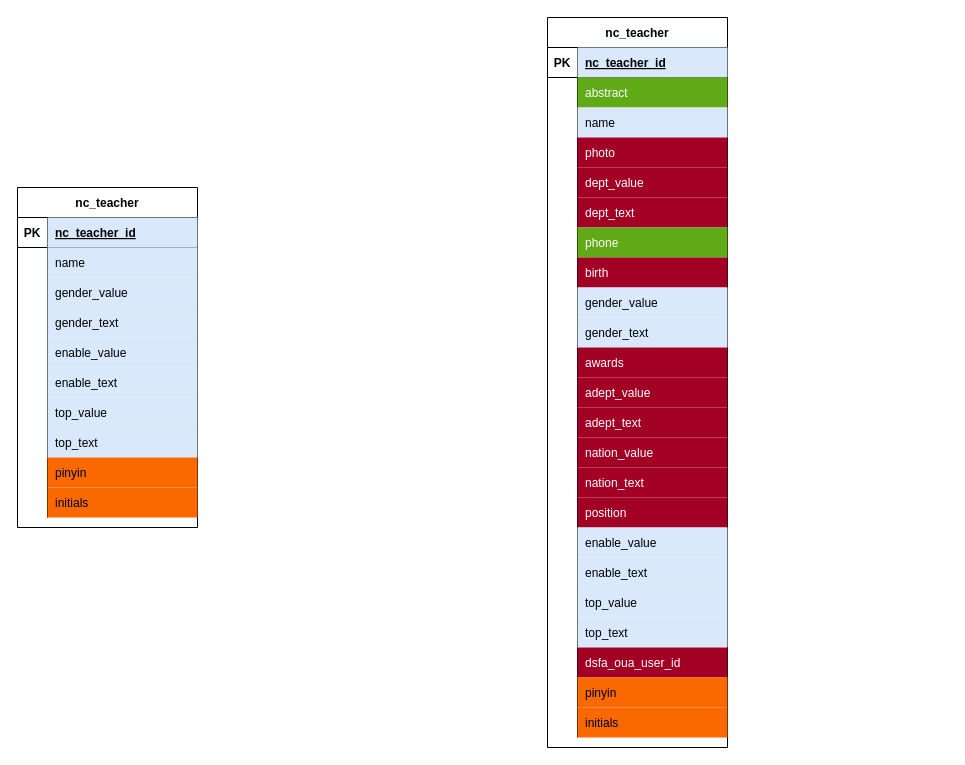
Above: 数据迁移/destination/nc_teacher.drawio in beGrit/PdFiles (draw.io), before the change. Source tidied: cells renumbered, new cells numbered last; positions are measured from the earlier drawing's top-left corner, leaving out a move shared by most shapes. Both pictures are drawn from the tidied source at 100%, with x=0, y=0 at pixel (17, 17).
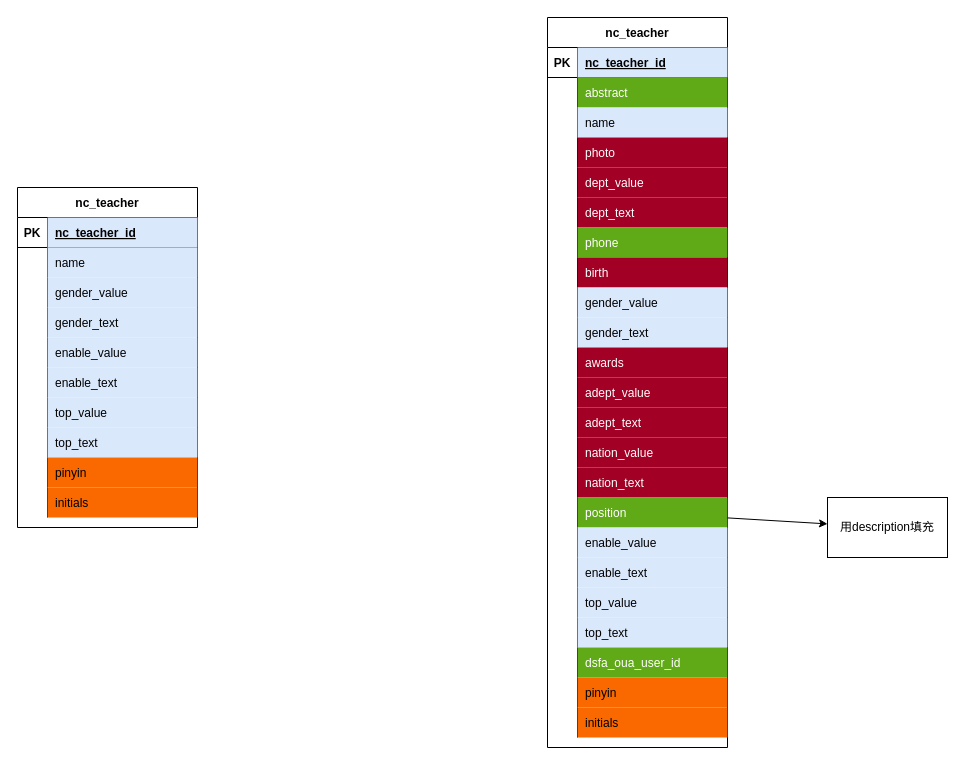
The same page after the edit.

Unchanged cells that the change refers to:
```xml
<mxCell id="79" style="shape=partialRectangle;fillColor=none;top=0;left=0;bottom=0;right=0;points=[[0,0.5],[1,0.5]];portConstraint=eastwest;" parent="33" vertex="1">
  <mxGeometry y="480" width="180" height="30" as="geometry" />
</mxCell>
<mxCell id="94" style="shape=partialRectangle;fillColor=none;top=0;left=0;bottom=0;right=0;" parent="33" vertex="1">
  <mxGeometry y="630" width="180" height="30" as="geometry" />
</mxCell>
```

Diff of the diagram source:
```diff
@@
-    <mxCell id="81" value="position" style="shape=partialRectangle;top=0;left=0;bottom=0;right=0;align=left;spacingLeft=6;overflow=hidden;fillColor=#a20025;strokeColor=#6F0000;fontColor=#ffffff;" parent="79" vertex="1">
+    <mxCell id="81" value="position" style="shape=partialRectangle;top=0;left=0;bottom=0;right=0;align=left;spacingLeft=6;overflow=hidden;fillColor=#60a917;strokeColor=#2D7600;fontColor=#ffffff;" parent="79" vertex="1">
       <mxGeometry x="30" width="150" height="30" as="geometry" />
     </mxCell>
@@
-    <mxCell id="96" value="dsfa_oua_user_id" style="shape=partialRectangle;top=0;left=0;bottom=0;right=0;align=left;spacingLeft=6;overflow=hidden;fillColor=#a20025;strokeColor=#6F0000;fontColor=#ffffff;" parent="94" vertex="1">
+    <mxCell id="96" value="dsfa_oua_user_id" style="shape=partialRectangle;top=0;left=0;bottom=0;right=0;align=left;spacingLeft=6;overflow=hidden;fillColor=#60a917;strokeColor=#2D7600;fontColor=#ffffff;" parent="94" vertex="1">
       <mxGeometry x="30" width="150" height="30" as="geometry" />
     </mxCell>
@@
+    <mxCell id="103" style="rounded=0;jettySize=auto;html=1;" parent="1" edge="1" source="79" target="104">
+      <mxGeometry relative="1" as="geometry" />
+    </mxCell>
+    <mxCell id="104" value="用description填充" style="rounded=0;whiteSpace=wrap;html=1;" parent="1" vertex="1">
+      <mxGeometry x="810" y="480" width="120" height="60" as="geometry" />
+    </mxCell>
```
